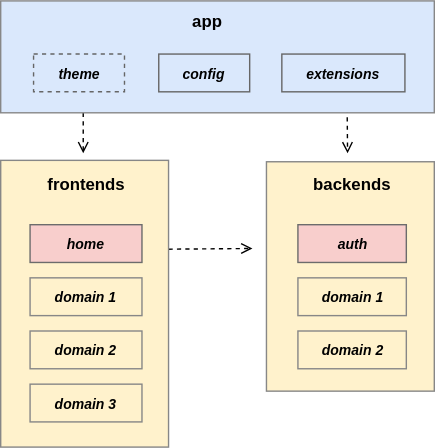
MalcomChumchouaPenda/Pigal-Flask keeps this draw.io diagram as docs/diagrams/pigal_project_architecture.drawio.svg. Above is the earlier version. Source tidied: cells renumbered, new cells last; positions are measured from the earlier drawing's top-left corner, leaving out a move shared by most shapes.
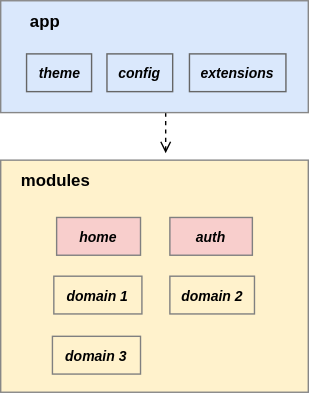
The same diagram one commit later.

Change to the diagram source:
```diff
@@ -2,70 +2,47 @@
   <root>
     <mxCell id="0" />
     <mxCell id="1" parent="0" />
-    <mxCell id="2" style="rounded=0;orthogonalLoop=1;jettySize=auto;html=1;dashed=1;endArrow=open;endFill=0;exitX=1;exitY=0.5;exitDx=0;exitDy=0;" parent="1" edge="1">
-      <mxGeometry relative="1" as="geometry">
-        <mxPoint x="120" y="177.5" as="sourcePoint" />
-        <mxPoint x="180" y="177" as="targetPoint" />
-      </mxGeometry>
-    </mxCell>
     <mxCell id="3" style="rounded=0;whiteSpace=wrap;html=1;fillColor=#fff2cc;strokeColor=#878787;fontSize=12;" parent="1" vertex="1">
-      <mxGeometry y="114" width="120" height="205" as="geometry" />
+      <mxGeometry x="-140" y="-7" width="220" height="166" as="geometry" />
     </mxCell>
-    <mxCell id="4" value="frontends" style="text;html=1;strokeColor=none;fillColor=none;align=center;verticalAlign=middle;whiteSpace=wrap;rounded=0;fontStyle=1;fontSize=12;" parent="1" vertex="1">
-      <mxGeometry x="30.5" y="117" width="61" height="30" as="geometry" />
-    </mxCell>
     <mxCell id="5" style="rounded=0;orthogonalLoop=1;jettySize=auto;html=1;dashed=1;endArrow=open;endFill=0;fontSize=12;startArrow=none;startFill=0;exitX=0.25;exitY=1;exitDx=0;exitDy=0;" parent="1" edge="1">
       <mxGeometry relative="1" as="geometry">
-        <mxPoint x="59" y="80" as="sourcePoint" />
-        <mxPoint x="59" y="109" as="targetPoint" />
+        <mxPoint x="-22" y="-41" as="sourcePoint" />
+        <mxPoint x="-22" y="-12" as="targetPoint" />
       </mxGeometry>
     </mxCell>
-    <mxCell id="6" style="rounded=0;jettySize=auto;html=1;endArrow=open;endFill=0;dashed=1;startArrow=none;startFill=0;exitX=0.799;exitY=0.965;exitDx=0;exitDy=0;exitPerimeter=0;" parent="1" edge="1" source="7">
-      <mxGeometry relative="1" as="geometry">
-        <mxPoint x="248" y="109" as="targetPoint" />
-      </mxGeometry>
-    </mxCell>
     <mxCell id="7" style="rounded=0;whiteSpace=wrap;html=1;fillColor=#dae8fc;fontStyle=1;fontSize=12;strokeColor=#878787;" parent="1" vertex="1">
-      <mxGeometry width="310" height="80" as="geometry" />
+      <mxGeometry x="-140" y="-121" width="220" height="80" as="geometry" />
     </mxCell>
-    <mxCell id="8" style="rounded=0;whiteSpace=wrap;html=1;fillColor=#fff2cc;strokeColor=#878787;fontSize=12;" parent="1" vertex="1">
-      <mxGeometry x="190" y="115" width="120" height="164" as="geometry" />
-    </mxCell>
-    <mxCell id="9" value="backends" style="text;html=1;strokeColor=none;fillColor=none;align=center;verticalAlign=middle;whiteSpace=wrap;rounded=0;fontStyle=1;fontSize=12;" parent="1" vertex="1">
-      <mxGeometry x="225.8" y="117" width="51" height="30" as="geometry" />
+    <mxCell id="9" value="modules" style="text;html=1;strokeColor=none;fillColor=none;align=center;verticalAlign=middle;whiteSpace=wrap;rounded=0;fontStyle=1;fontSize=12;" parent="1" vertex="1">
+      <mxGeometry x="-126" y="-7" width="51" height="30" as="geometry" />
     </mxCell>
-    <mxCell id="10" value="domain 1" style="rounded=0;whiteSpace=wrap;html=1;fillColor=none;fontStyle=3;fontSize=10;strokeColor=#878787;strokeWidth=1;" parent="1" vertex="1">
-      <mxGeometry x="212.5" y="198" width="77.5" height="27" as="geometry" />
+    <mxCell id="10" value="domain 2" style="rounded=0;whiteSpace=wrap;html=1;fillColor=none;fontStyle=3;fontSize=10;strokeColor=#808080;strokeWidth=1;" parent="1" vertex="1">
+      <mxGeometry x="-19" y="76" width="60.5" height="27" as="geometry" />
     </mxCell>
     <mxCell id="11" value="app" style="text;html=1;strokeColor=none;fillColor=none;align=center;verticalAlign=middle;whiteSpace=wrap;rounded=0;fontStyle=1;fontSize=12;" parent="1" vertex="1">
-      <mxGeometry x="130.2" width="35.5" height="30" as="geometry" />
+      <mxGeometry x="-126" y="-121" width="35.5" height="30" as="geometry" />
     </mxCell>
-    <mxCell id="12" value="domain 1" style="rounded=0;whiteSpace=wrap;html=1;fillColor=none;fontStyle=3;fontSize=10;strokeColor=#878787;strokeWidth=1;" parent="1" vertex="1">
-      <mxGeometry x="21" y="198" width="80" height="27" as="geometry" />
+    <mxCell id="12" value="domain 1" style="rounded=0;whiteSpace=wrap;html=1;fillColor=none;fontStyle=3;fontSize=10;strokeColor=#808080;strokeWidth=1;" parent="1" vertex="1">
+      <mxGeometry x="-102" y="76" width="63" height="27" as="geometry" />
     </mxCell>
-    <mxCell id="13" value="domain 2" style="rounded=0;whiteSpace=wrap;html=1;fillColor=none;fontStyle=3;fontSize=10;strokeColor=#878787;strokeWidth=1;" parent="1" vertex="1">
-      <mxGeometry x="212.5" y="236" width="77.5" height="27" as="geometry" />
-    </mxCell>
-    <mxCell id="14" value="domain 2" style="rounded=0;whiteSpace=wrap;html=1;fillColor=none;fontStyle=3;fontSize=10;strokeColor=#878787;strokeWidth=1;" parent="1" vertex="1">
-      <mxGeometry x="21" y="236" width="80" height="27" as="geometry" />
-    </mxCell>
-    <mxCell id="15" value="domain 3" style="rounded=0;whiteSpace=wrap;html=1;fillColor=none;fontStyle=3;fontSize=10;strokeColor=#878787;strokeWidth=1;" parent="1" vertex="1">
-      <mxGeometry x="21" y="274" width="80" height="27" as="geometry" />
-    </mxCell>
     <mxCell id="16" value="config" style="rounded=0;whiteSpace=wrap;html=1;fillColor=#dae8fc;fontStyle=3;fontSize=10;strokeColor=#666666;strokeWidth=1;" parent="1" vertex="1">
-      <mxGeometry x="113" y="38" width="65" height="27" as="geometry" />
+      <mxGeometry x="-64" y="-83" width="47" height="27" as="geometry" />
     </mxCell>
     <mxCell id="17" value="extensions" style="rounded=0;whiteSpace=wrap;html=1;fillColor=#dae8fc;fontStyle=3;fontSize=10;strokeColor=#666666;strokeWidth=1;" parent="1" vertex="1">
-      <mxGeometry x="201" y="38" width="88" height="27" as="geometry" />
+      <mxGeometry x="-5" y="-83" width="69" height="27" as="geometry" />
     </mxCell>
-    <mxCell id="18" value="theme" style="rounded=0;whiteSpace=wrap;html=1;fillColor=#dae8fc;fontStyle=3;fontSize=10;strokeColor=#666666;strokeWidth=1;dashed=1;" parent="1" vertex="1">
-      <mxGeometry x="23.5" y="38" width="65" height="27" as="geometry" />
+    <mxCell id="18" value="theme" style="rounded=0;whiteSpace=wrap;html=1;fillColor=#dae8fc;fontStyle=3;fontSize=10;strokeColor=#666666;strokeWidth=1;" parent="1" vertex="1">
+      <mxGeometry x="-121.5" y="-83" width="46.5" height="27" as="geometry" />
     </mxCell>
-    <mxCell id="19" value="home" style="rounded=0;whiteSpace=wrap;html=1;fillColor=#f8cecc;fontStyle=3;fontSize=10;strokeColor=#6C6C6C;strokeWidth=1;" parent="1" vertex="1">
-      <mxGeometry x="21" y="160" width="80" height="27" as="geometry" />
+    <mxCell id="19" value="home" style="rounded=0;whiteSpace=wrap;html=1;fillColor=#f8cecc;fontStyle=3;fontSize=10;strokeColor=#808080;strokeWidth=1;" parent="1" vertex="1">
+      <mxGeometry x="-100" y="34" width="60" height="27" as="geometry" />
     </mxCell>
-    <mxCell id="20" value="auth" style="rounded=0;whiteSpace=wrap;html=1;fillColor=#f8cecc;fontStyle=3;fontSize=10;strokeColor=#6C6C6C;strokeWidth=1;" parent="1" vertex="1">
-      <mxGeometry x="212.5" y="160" width="77.5" height="27" as="geometry" />
+    <mxCell id="20" value="auth" style="rounded=0;whiteSpace=wrap;html=1;fillColor=#F8CECC;fontStyle=3;fontSize=10;strokeColor=#808080;strokeWidth=1;" parent="1" vertex="1">
+      <mxGeometry x="-19" y="34" width="59" height="27" as="geometry" />
     </mxCell>
+    <mxCell id="15" value="domain 3" style="rounded=0;whiteSpace=wrap;html=1;fillColor=none;fontStyle=3;fontSize=10;strokeColor=#808080;strokeWidth=1;" parent="1" vertex="1">
+      <mxGeometry x="-103" y="119" width="63" height="27" as="geometry" />
+    </mxCell>
   </root>
 </mxGraphModel>
```
